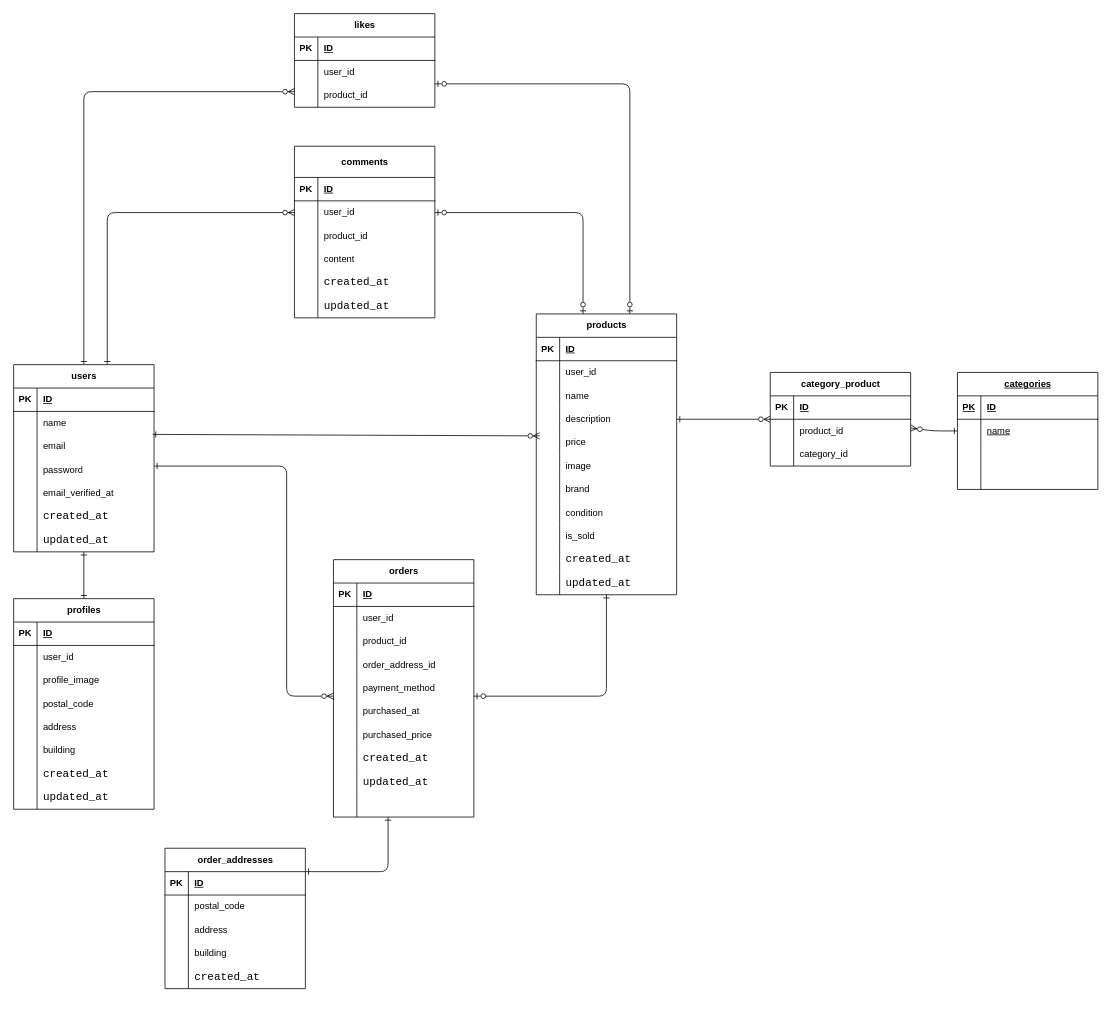
Before: ER.dio in Naruyama628/FleaMarket, a draw.io diagram. Source tidied: cells renumbered, new cells numbered last; positions are measured from the earlier drawing's top-left corner, leaving out a move shared by most shapes. Both pictures are drawn from the tidied source at 78%, with x=0, y=0 at pixel (13, 13).
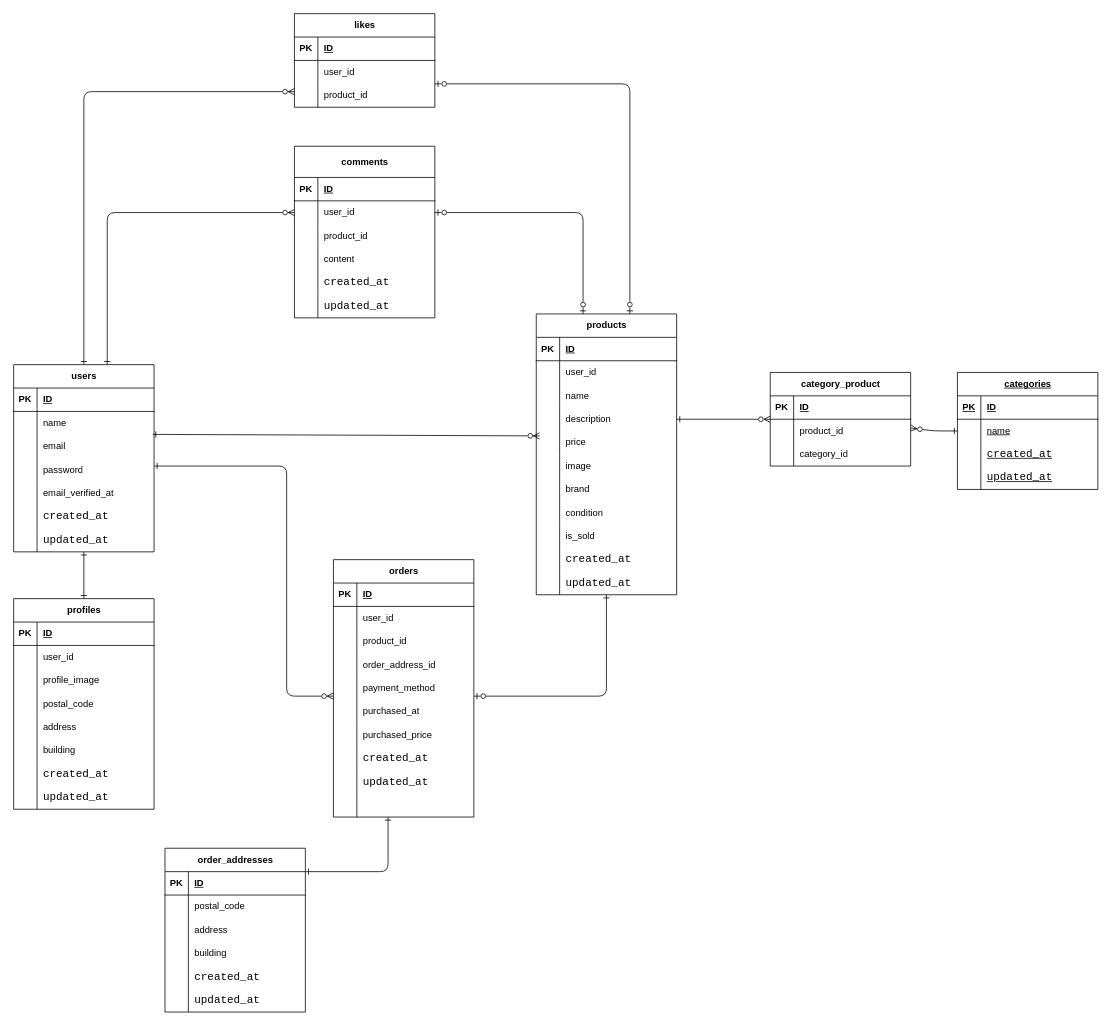
After the change.

Unchanged cells that the change refers to:
```xml
<mxCell id="75" style="shape=tableRow;horizontal=0;startSize=0;swimlaneHead=0;swimlaneBody=0;fillColor=none;top=0;left=0;right=0;bottom=0;fontStyle=4;" parent="68" vertex="1">
  <mxGeometry y="90" width="180" height="30" as="geometry" />
</mxCell>
<mxCell id="78" style="shape=tableRow;horizontal=0;startSize=0;swimlaneHead=0;swimlaneBody=0;fillColor=none;top=0;left=0;right=0;bottom=0;fontStyle=4;" parent="68" vertex="1">
  <mxGeometry y="120" width="180" height="30" as="geometry" />
</mxCell>
```

Change to the diagram source:
```diff
@@
-    <mxCell id="77" style="shape=partialRectangle;fillColor=none;top=0;left=0;bottom=0;right=0;align=left;spacingLeft=6;overflow=hidden;whiteSpace=wrap;html=1;fontStyle=4;" parent="75" vertex="1">
+    <mxCell id="77" value="&lt;span style=&quot;color: rgb(0, 0, 0); font-family: Consolas, &amp;quot;Courier New&amp;quot;, monospace; font-size: 14px; white-space: pre;&quot;&gt;created_at&lt;/span&gt;" style="shape=partialRectangle;fillColor=none;top=0;left=0;bottom=0;right=0;align=left;spacingLeft=6;overflow=hidden;whiteSpace=wrap;html=1;fontStyle=4;" parent="75" vertex="1">
       <mxGeometry x="30" width="150" height="30" as="geometry" />
     </mxCell>
@@
-    <mxCell id="80" style="shape=partialRectangle;fillColor=none;top=0;left=0;bottom=0;right=0;align=left;spacingLeft=6;overflow=hidden;whiteSpace=wrap;html=1;fontStyle=4;" parent="78" vertex="1">
+    <mxCell id="80" value="&lt;span style=&quot;color: rgb(0, 0, 0); font-family: Consolas, &amp;quot;Courier New&amp;quot;, monospace; font-size: 14px; white-space: pre;&quot;&gt;updated_at&lt;/span&gt;" style="shape=partialRectangle;fillColor=none;top=0;left=0;bottom=0;right=0;align=left;spacingLeft=6;overflow=hidden;whiteSpace=wrap;html=1;fontStyle=4;" parent="78" vertex="1">
       <mxGeometry x="30" width="150" height="30" as="geometry" />
     </mxCell>
@@
     <mxCell id="177" value="order_addresses" style="shape=table;startSize=30;childLayout=tableLayout;rowLines=0;fontStyle=1;align=center;html=1;" parent="1" vertex="1">
-      <mxGeometry x="194" y="1070" width="180" height="180" as="geometry" />
+      <mxGeometry x="194" y="1070" width="180" height="210" as="geometry" />
     </mxCell>
@@
+    <mxCell id="193" style="shape=tableRow;horizontal=0;startSize=0;swimlaneHead=0;swimlaneBody=0;fillColor=none;top=0;left=0;right=0;bottom=0;" parent="177" vertex="1">
+      <mxGeometry y="180" width="180" height="30" as="geometry" />
+    </mxCell>
+    <mxCell id="194" style="shape=partialRectangle;fillColor=none;top=0;left=0;bottom=0;right=0;overflow=hidden;whiteSpace=wrap;html=1;" parent="193" vertex="1">
+      <mxGeometry width="30" height="30" as="geometry" />
+    </mxCell>
+    <mxCell id="195" value="&lt;span style=&quot;color: rgb(0, 0, 0); font-family: Consolas, &amp;quot;Courier New&amp;quot;, monospace; font-size: 14px; white-space: pre;&quot;&gt;updated_at&lt;/span&gt;" style="shape=partialRectangle;fillColor=none;top=0;left=0;bottom=0;right=0;align=left;spacingLeft=6;overflow=hidden;whiteSpace=wrap;html=1;" parent="193" vertex="1">
+      <mxGeometry x="30" width="150" height="30" as="geometry" />
+    </mxCell>
```
